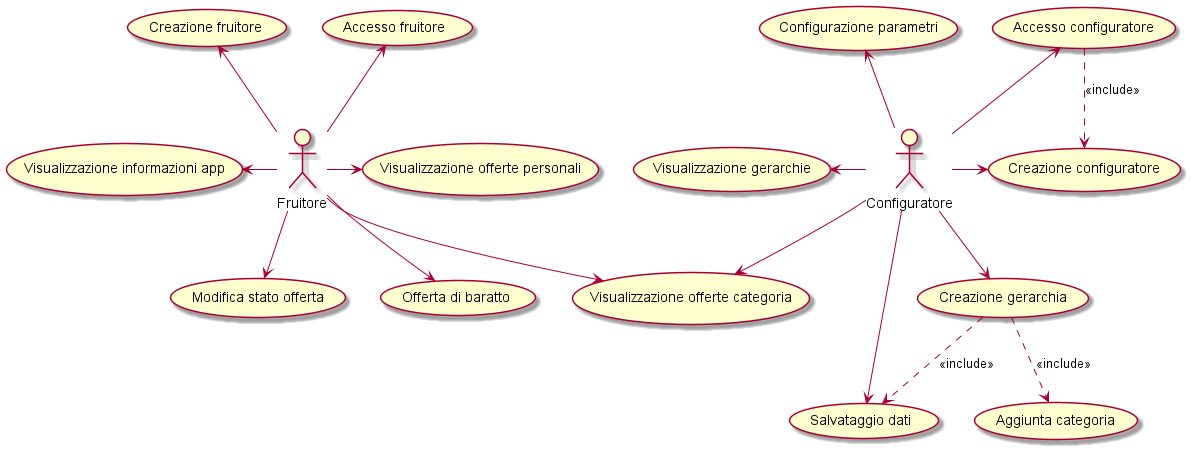
The PlantUML diagram images/imagesV3/Use case diagram-Version3.0.png in eletoo/inge_del_software, before a commit.
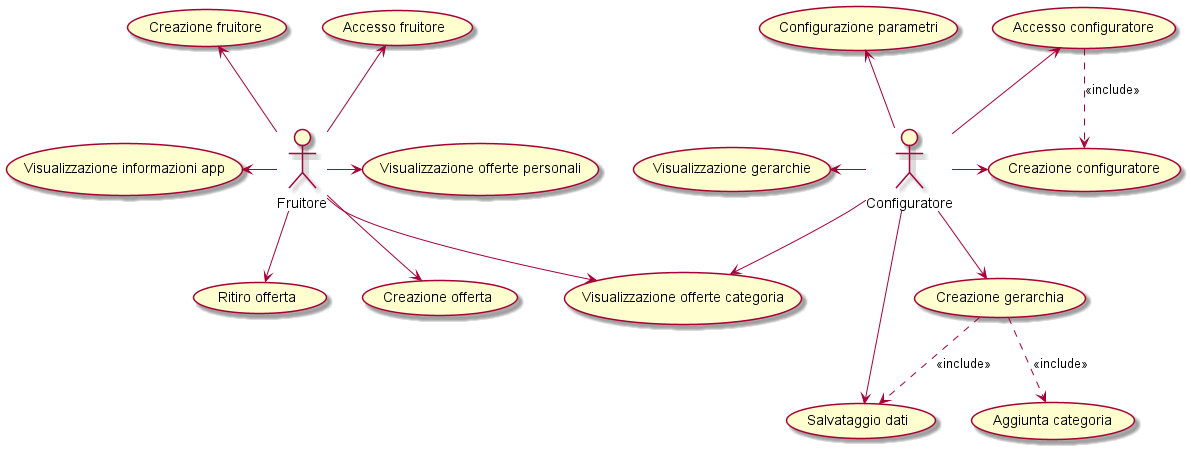
After the change.

Diff of the diagram source:
```diff
@@ -6,8 +6,8 @@
 (Visualizzazione informazioni app) as (UseF3)
 (Visualizzazione offerte categoria) as (UseF5)
 (Visualizzazione offerte personali) as (UseF6)
-(Offerta di baratto) as (UseF7)
-(Modifica stato offerta) as (UseF8)
+(Creazione offerta) as (UseF7)
+(Ritiro offerta) as (UseF8)
 
 Admin -left-> (UseF3)
 Admin -up-> (UseF1)
```
